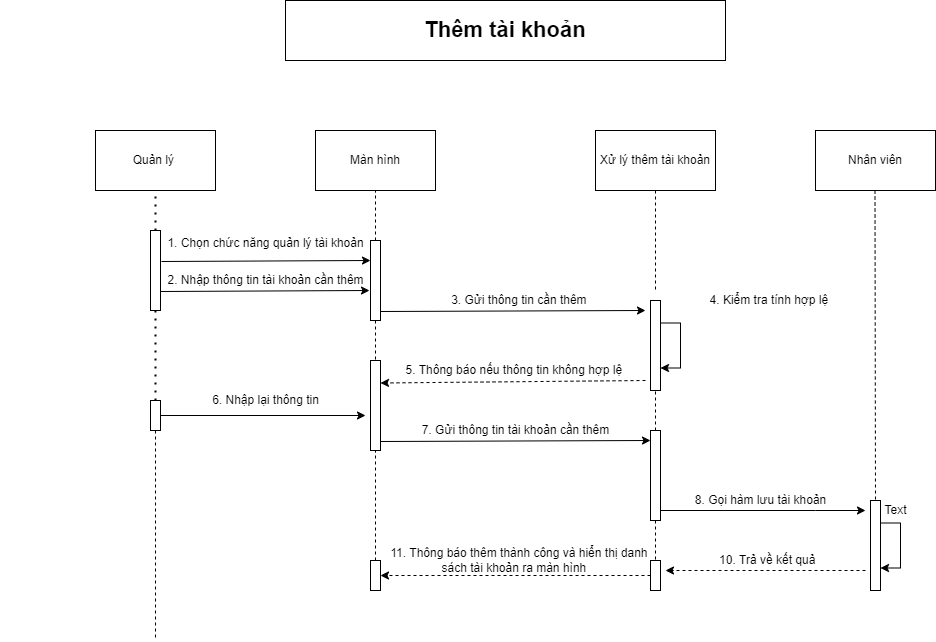
This is Word/Sequence_Acc_Bill/PNG/themAcc.drawio.png from hungtadasuke/CoffeShop_SoftwareTechnology, a draw.io export, as it was before one commit. Source tidied: cells renumbered, new cells last; positions are measured from the earlier drawing's top-left corner, leaving out a move shared by most shapes. Its diagram source:
```xml
<mxGraphModel>
  <root>
    <mxCell id="0" />
    <mxCell id="1" parent="0" />
    <mxCell id="2" value="&lt;b&gt;&lt;font style=&quot;font-size: 22px&quot;&gt;Thêm tài khoản&lt;/font&gt;&lt;/b&gt;" style="rounded=0;whiteSpace=wrap;html=1;" parent="1" vertex="1">
      <mxGeometry x="285" width="440" height="60" as="geometry" />
    </mxCell>
    <mxCell id="3" value="Quản lý&amp;nbsp;" style="rounded=0;whiteSpace=wrap;html=1;" parent="1" vertex="1">
      <mxGeometry x="95" y="130" width="120" height="60" as="geometry" />
    </mxCell>
    <mxCell id="4" value="Màn hình" style="rounded=0;whiteSpace=wrap;html=1;" parent="1" vertex="1">
      <mxGeometry x="315" y="130" width="120" height="60" as="geometry" />
    </mxCell>
    <mxCell id="5" value="Xử lý thêm tài khoản" style="rounded=0;whiteSpace=wrap;html=1;" parent="1" vertex="1">
      <mxGeometry x="595" y="130" width="120" height="60" as="geometry" />
    </mxCell>
    <mxCell id="6" value="Nhân viên" style="rounded=0;whiteSpace=wrap;html=1;" parent="1" vertex="1">
      <mxGeometry x="815" y="130" width="120" height="60" as="geometry" />
    </mxCell>
    <mxCell id="7" style="rounded=0;whiteSpace=wrap;html=1;" parent="1" vertex="1">
      <mxGeometry x="150" y="230" width="10" height="80" as="geometry" />
    </mxCell>
    <mxCell id="8" style="edgeStyle=orthogonalEdgeStyle;rounded=0;jettySize=auto;html=1;entryX=1;entryY=0.5;entryDx=0;entryDy=0;dashed=1;" parent="1" edge="1" source="9" target="16">
      <mxGeometry relative="1" as="geometry" />
    </mxCell>
    <mxCell id="9" style="rounded=0;whiteSpace=wrap;html=1;" parent="1" vertex="1">
      <mxGeometry x="650" y="560" width="10" height="30" as="geometry" />
    </mxCell>
    <mxCell id="10" style="rounded=0;whiteSpace=wrap;html=1;" parent="1" vertex="1">
      <mxGeometry x="370" y="360" width="10" height="90" as="geometry" />
    </mxCell>
    <mxCell id="11" style="rounded=0;whiteSpace=wrap;html=1;" parent="1" vertex="1">
      <mxGeometry x="370" y="240" width="10" height="80" as="geometry" />
    </mxCell>
    <mxCell id="12" style="edgeStyle=orthogonalEdgeStyle;rounded=0;jettySize=auto;html=1;exitX=1;exitY=1;exitDx=0;exitDy=0;" parent="1" edge="1" source="13">
      <mxGeometry relative="1" as="geometry">
        <mxPoint x="865" y="510" as="targetPoint" />
        <Array as="points">
          <mxPoint x="815" y="510" />
          <mxPoint x="815" y="510" />
        </Array>
      </mxGeometry>
    </mxCell>
    <mxCell id="13" style="rounded=0;whiteSpace=wrap;html=1;" parent="1" vertex="1">
      <mxGeometry x="650" y="430" width="10" height="90" as="geometry" />
    </mxCell>
    <mxCell id="14" style="rounded=0;whiteSpace=wrap;html=1;" parent="1" vertex="1">
      <mxGeometry x="650" y="300" width="10" height="90" as="geometry" />
    </mxCell>
    <mxCell id="15" style="rounded=0;whiteSpace=wrap;html=1;" parent="1" vertex="1">
      <mxGeometry x="870" y="500" width="10" height="90" as="geometry" />
    </mxCell>
    <mxCell id="16" style="rounded=0;whiteSpace=wrap;html=1;" parent="1" vertex="1">
      <mxGeometry x="370" y="560" width="10" height="30" as="geometry" />
    </mxCell>
    <mxCell id="17" style="rounded=0;whiteSpace=wrap;html=1;" parent="1" vertex="1">
      <mxGeometry x="150" y="400" width="10" height="30" as="geometry" />
    </mxCell>
    <mxCell id="18" style="endArrow=none;dashed=1;html=1;dashPattern=1 3;strokeWidth=2;rounded=0;entryX=0.5;entryY=1;entryDx=0;entryDy=0;exitX=0.5;exitY=0;exitDx=0;exitDy=0;" parent="1" edge="1" source="7" target="3">
      <mxGeometry relative="1" as="geometry" />
    </mxCell>
    <mxCell id="19" style="endArrow=none;dashed=1;html=1;dashPattern=1 3;strokeWidth=2;rounded=0;entryX=0.5;entryY=0;entryDx=0;entryDy=0;exitX=0.5;exitY=1;exitDx=0;exitDy=0;" parent="1" edge="1" source="7" target="17">
      <mxGeometry relative="1" as="geometry" />
    </mxCell>
    <mxCell id="20" style="endArrow=none;dashed=1;html=1;rounded=0;exitX=0.5;exitY=1;exitDx=0;exitDy=0;" parent="1" edge="1" source="17">
      <mxGeometry relative="1" as="geometry">
        <mxPoint x="155" y="640" as="targetPoint" />
      </mxGeometry>
    </mxCell>
    <mxCell id="21" style="endArrow=none;dashed=1;html=1;rounded=0;entryX=0.5;entryY=1;entryDx=0;entryDy=0;exitX=0.5;exitY=0;exitDx=0;exitDy=0;" parent="1" edge="1" source="11" target="4">
      <mxGeometry relative="1" as="geometry" />
    </mxCell>
    <mxCell id="22" style="endArrow=none;dashed=1;html=1;rounded=0;exitX=0.5;exitY=1;exitDx=0;exitDy=0;" parent="1" edge="1" source="5">
      <mxGeometry relative="1" as="geometry">
        <mxPoint x="655" y="290" as="targetPoint" />
      </mxGeometry>
    </mxCell>
    <mxCell id="23" style="endArrow=none;dashed=1;html=1;rounded=0;" parent="1" edge="1">
      <mxGeometry relative="1" as="geometry">
        <mxPoint x="375" y="560" as="sourcePoint" />
        <mxPoint x="375" y="450" as="targetPoint" />
      </mxGeometry>
    </mxCell>
    <mxCell id="24" style="endArrow=none;dashed=1;html=1;rounded=0;entryX=0.5;entryY=0;entryDx=0;entryDy=0;exitX=0.5;exitY=1;exitDx=0;exitDy=0;" parent="1" edge="1" source="11" target="10">
      <mxGeometry relative="1" as="geometry" />
    </mxCell>
    <mxCell id="25" style="endArrow=none;dashed=1;html=1;rounded=0;entryX=0.5;entryY=1;entryDx=0;entryDy=0;exitX=0.5;exitY=0;exitDx=0;exitDy=0;" parent="1" edge="1" source="13" target="14">
      <mxGeometry relative="1" as="geometry" />
    </mxCell>
    <mxCell id="26" style="endArrow=none;dashed=1;html=1;rounded=0;" parent="1" edge="1">
      <mxGeometry relative="1" as="geometry">
        <mxPoint x="655" y="520" as="sourcePoint" />
        <mxPoint x="655" y="560" as="targetPoint" />
      </mxGeometry>
    </mxCell>
    <mxCell id="27" style="endArrow=none;dashed=1;html=1;rounded=0;exitX=0.5;exitY=1;exitDx=0;exitDy=0;" parent="1" edge="1">
      <mxGeometry relative="1" as="geometry">
        <mxPoint x="874.5" y="190" as="sourcePoint" />
        <mxPoint x="875" y="500" as="targetPoint" />
      </mxGeometry>
    </mxCell>
    <mxCell id="28" style="edgeStyle=orthogonalEdgeStyle;rounded=0;orthogonalLoop=1;jettySize=auto;html=1;exitX=1;exitY=0.25;exitDx=0;exitDy=0;entryX=1;entryY=0.75;entryDx=0;entryDy=0;" parent="1" edge="1" source="14" target="14">
      <mxGeometry relative="1" as="geometry" />
    </mxCell>
    <mxCell id="29" style="edgeStyle=orthogonalEdgeStyle;rounded=0;orthogonalLoop=1;jettySize=auto;html=1;exitX=1;exitY=0.25;exitDx=0;exitDy=0;entryX=1;entryY=0.75;entryDx=0;entryDy=0;" parent="1" edge="1" source="15" target="15">
      <mxGeometry relative="1" as="geometry" />
    </mxCell>
    <mxCell id="30" style="endArrow=classic;html=1;rounded=0;exitX=1;exitY=0.5;exitDx=0;exitDy=0;" parent="1" edge="1" source="17">
      <mxGeometry relative="1" as="geometry">
        <mxPoint x="365" y="415" as="targetPoint" />
      </mxGeometry>
    </mxCell>
    <mxCell id="31" style="endArrow=classic;html=1;rounded=0;exitX=1;exitY=0.5;exitDx=0;exitDy=0;entryX=-0.1;entryY=0.675;entryDx=0;entryDy=0;entryPerimeter=0;" parent="1" edge="1">
      <mxGeometry relative="1" as="geometry">
        <mxPoint x="161" y="261" as="sourcePoint" />
        <mxPoint x="370" y="260" as="targetPoint" />
      </mxGeometry>
    </mxCell>
    <mxCell id="32" style="endArrow=classic;html=1;rounded=0;exitX=1;exitY=0.5;exitDx=0;exitDy=0;entryX=-0.1;entryY=0.675;entryDx=0;entryDy=0;entryPerimeter=0;" parent="1" edge="1">
      <mxGeometry relative="1" as="geometry">
        <mxPoint x="160" y="291" as="sourcePoint" />
        <mxPoint x="369" y="290" as="targetPoint" />
      </mxGeometry>
    </mxCell>
    <mxCell id="33" style="endArrow=classic;html=1;rounded=0;exitX=1;exitY=0.5;exitDx=0;exitDy=0;" parent="1" edge="1">
      <mxGeometry relative="1" as="geometry">
        <mxPoint x="380" y="311" as="sourcePoint" />
        <mxPoint x="645" y="310" as="targetPoint" />
      </mxGeometry>
    </mxCell>
    <mxCell id="34" style="endArrow=classic;html=1;rounded=0;exitX=1;exitY=0.5;exitDx=0;exitDy=0;entryX=0;entryY=0;entryDx=0;entryDy=0;" parent="1" edge="1">
      <mxGeometry relative="1" as="geometry">
        <mxPoint x="380" y="441" as="sourcePoint" />
        <mxPoint x="650" y="440" as="targetPoint" />
      </mxGeometry>
    </mxCell>
    <mxCell id="35" style="endArrow=classic;html=1;rounded=0;entryX=1;entryY=0.25;entryDx=0;entryDy=0;dashed=1;" parent="1" edge="1" target="10">
      <mxGeometry relative="1" as="geometry">
        <mxPoint x="645" y="380" as="sourcePoint" />
      </mxGeometry>
    </mxCell>
    <mxCell id="36" style="endArrow=classic;html=1;rounded=0;dashed=1;" parent="1" edge="1">
      <mxGeometry relative="1" as="geometry">
        <mxPoint x="865" y="570" as="sourcePoint" />
        <mxPoint x="665" y="570" as="targetPoint" />
      </mxGeometry>
    </mxCell>
    <mxCell id="37" value="&lt;font style=&quot;font-size: 12px&quot;&gt;&amp;nbsp; &amp;nbsp; &amp;nbsp; &amp;nbsp; &amp;nbsp; &amp;nbsp; &amp;nbsp; &amp;nbsp; &amp;nbsp; &amp;nbsp; &amp;nbsp; &amp;nbsp; &amp;nbsp; &amp;nbsp; &amp;nbsp; &amp;nbsp; &amp;nbsp; &amp;nbsp; &amp;nbsp; &amp;nbsp; &amp;nbsp; 1. Chọn chức năng quản lý tài khoản&lt;/font&gt;" style="text;html=1;align=center;verticalAlign=middle;strokeColor=none;fillColor=none;fontSize=22;" parent="1" vertex="1">
      <mxGeometry x="20" y="220" width="350" height="40" as="geometry" />
    </mxCell>
    <mxCell id="38" value="&amp;nbsp; &amp;nbsp; &amp;nbsp; &amp;nbsp; &amp;nbsp; &amp;nbsp; &amp;nbsp; &amp;nbsp; &amp;nbsp; &amp;nbsp; &amp;nbsp; &amp;nbsp; &amp;nbsp; &amp;nbsp; &amp;nbsp; &amp;nbsp; &amp;nbsp; &amp;nbsp; &amp;nbsp; &amp;nbsp; &amp;nbsp; &amp;nbsp; &amp;nbsp; &amp;nbsp; 2. Nhập thông tin tài khoản cần thêm" style="text;html=1;align=center;verticalAlign=middle;strokeColor=none;fillColor=none;fontSize=12;" parent="1" vertex="1">
      <mxGeometry y="270" width="370" height="20" as="geometry" />
    </mxCell>
    <mxCell id="39" value="&amp;nbsp; &amp;nbsp; &amp;nbsp; &amp;nbsp; &amp;nbsp; &amp;nbsp; &amp;nbsp; &amp;nbsp; &amp;nbsp; &amp;nbsp; &amp;nbsp; &amp;nbsp; &amp;nbsp; &amp;nbsp; &amp;nbsp; &amp;nbsp; &amp;nbsp; &amp;nbsp; &amp;nbsp; &amp;nbsp; &amp;nbsp; &amp;nbsp; &amp;nbsp; &amp;nbsp; &amp;nbsp; &amp;nbsp; &amp;nbsp; 6. Nhập lại thông tin" style="text;html=1;align=center;verticalAlign=middle;strokeColor=none;fillColor=none;fontSize=12;" parent="1" vertex="1">
      <mxGeometry x="25" y="390" width="300" height="20" as="geometry" />
    </mxCell>
    <mxCell id="40" value="&amp;nbsp; &amp;nbsp; &amp;nbsp; &amp;nbsp; &amp;nbsp; &amp;nbsp; &amp;nbsp; &amp;nbsp; &amp;nbsp; &amp;nbsp; &amp;nbsp; &amp;nbsp; &amp;nbsp; &amp;nbsp; &amp;nbsp; &amp;nbsp; &amp;nbsp; &amp;nbsp; &amp;nbsp; &amp;nbsp; &amp;nbsp; &amp;nbsp; &amp;nbsp; &amp;nbsp; &amp;nbsp; &amp;nbsp; &amp;nbsp; &amp;nbsp; &amp;nbsp; &amp;nbsp; &amp;nbsp; &amp;nbsp; &amp;nbsp; &amp;nbsp; &amp;nbsp; &amp;nbsp; &amp;nbsp; 3. Gửi thông tin cần thêm" style="text;html=1;align=center;verticalAlign=middle;strokeColor=none;fillColor=none;fontSize=12;" parent="1" vertex="1">
      <mxGeometry x="195" y="290" width="400" height="20" as="geometry" />
    </mxCell>
    <mxCell id="41" value="&amp;nbsp; &amp;nbsp; &amp;nbsp; &amp;nbsp; &amp;nbsp; &amp;nbsp; &amp;nbsp; &amp;nbsp; &amp;nbsp; &amp;nbsp; &amp;nbsp; &amp;nbsp; &amp;nbsp; &amp;nbsp; &amp;nbsp; &amp;nbsp; &amp;nbsp; &amp;nbsp; &amp;nbsp; &amp;nbsp; &amp;nbsp; &amp;nbsp; &amp;nbsp; &amp;nbsp; &amp;nbsp; &amp;nbsp; &amp;nbsp; &amp;nbsp; &amp;nbsp; &amp;nbsp; &amp;nbsp; &amp;nbsp; &amp;nbsp;5.&amp;nbsp;Thông báo nếu thông tin không hợp lệ" style="text;html=1;align=center;verticalAlign=middle;strokeColor=none;fillColor=none;fontSize=12;" parent="1" vertex="1">
      <mxGeometry x="180" y="360" width="450" height="20" as="geometry" />
    </mxCell>
    <mxCell id="42" value="&amp;nbsp; &amp;nbsp; &amp;nbsp; &amp;nbsp; &amp;nbsp; &amp;nbsp; &amp;nbsp; &amp;nbsp; &amp;nbsp; &amp;nbsp; &amp;nbsp; &amp;nbsp; &amp;nbsp; &amp;nbsp; &amp;nbsp; &amp;nbsp; &amp;nbsp; &amp;nbsp; &amp;nbsp; &amp;nbsp; &amp;nbsp; &amp;nbsp; &amp;nbsp; &amp;nbsp; &amp;nbsp; &amp;nbsp; &amp;nbsp; &amp;nbsp; &amp;nbsp; &amp;nbsp; &amp;nbsp; &amp;nbsp; &amp;nbsp; 7. Gửi thông tin tài khoản cần thêm" style="text;html=1;align=center;verticalAlign=middle;strokeColor=none;fillColor=none;fontSize=12;" parent="1" vertex="1">
      <mxGeometry x="195" y="420" width="420" height="20" as="geometry" />
    </mxCell>
    <mxCell id="43" value="&amp;nbsp; &amp;nbsp; &amp;nbsp; &amp;nbsp; &amp;nbsp; &amp;nbsp; &amp;nbsp; &amp;nbsp; &amp;nbsp; &amp;nbsp; &amp;nbsp; &amp;nbsp; &amp;nbsp; &amp;nbsp; &amp;nbsp; &amp;nbsp; &amp;nbsp; &amp;nbsp; &amp;nbsp; &amp;nbsp; &amp;nbsp; &amp;nbsp; &amp;nbsp; &amp;nbsp; &amp;nbsp; &amp;nbsp; &amp;nbsp; &amp;nbsp; &amp;nbsp; &amp;nbsp; &amp;nbsp; &amp;nbsp; &amp;nbsp; &amp;nbsp; &amp;nbsp; &amp;nbsp; &amp;nbsp; 11. Thông báo thêm thành công và hiển thị danh&lt;br&gt;&amp;nbsp; &amp;nbsp; &amp;nbsp; &amp;nbsp; &amp;nbsp; &amp;nbsp; &amp;nbsp; &amp;nbsp; &amp;nbsp; &amp;nbsp; &amp;nbsp; &amp;nbsp; &amp;nbsp; &amp;nbsp; &amp;nbsp; &amp;nbsp; &amp;nbsp; &amp;nbsp; &amp;nbsp; &amp;nbsp; &amp;nbsp; &amp;nbsp; &amp;nbsp; &amp;nbsp; &amp;nbsp; &amp;nbsp; &amp;nbsp; &amp;nbsp; &amp;nbsp; &amp;nbsp; &amp;nbsp; &amp;nbsp; &amp;nbsp; &amp;nbsp; &amp;nbsp; &amp;nbsp;sách tài khoản ra màn hình" style="text;html=1;align=center;verticalAlign=middle;strokeColor=none;fillColor=none;fontSize=12;" parent="1" vertex="1">
      <mxGeometry x="135" y="545" width="520" height="30" as="geometry" />
    </mxCell>
    <mxCell id="44" value="&amp;nbsp; &amp;nbsp; &amp;nbsp; &amp;nbsp; &amp;nbsp; &amp;nbsp; &amp;nbsp; &amp;nbsp; &amp;nbsp; &amp;nbsp; &amp;nbsp; &amp;nbsp; &amp;nbsp; &amp;nbsp; &amp;nbsp; &amp;nbsp; &amp;nbsp; &amp;nbsp; &amp;nbsp; &amp;nbsp; &amp;nbsp; &amp;nbsp; 4. Kiểm tra tính hợp lệ" style="text;html=1;align=center;verticalAlign=middle;strokeColor=none;fillColor=none;fontSize=12;" parent="1" vertex="1">
      <mxGeometry x="555" y="290" width="280" height="20" as="geometry" />
    </mxCell>
    <mxCell id="45" value="&amp;nbsp; &amp;nbsp; &amp;nbsp; &amp;nbsp; &amp;nbsp; &amp;nbsp; &amp;nbsp; &amp;nbsp; &amp;nbsp; &amp;nbsp; &amp;nbsp; &amp;nbsp; &amp;nbsp; &amp;nbsp; &amp;nbsp; &amp;nbsp; &amp;nbsp; &amp;nbsp; &amp;nbsp; &amp;nbsp; &amp;nbsp; &amp;nbsp; &amp;nbsp;8. Gọi hàm lưu tài khoản" style="text;html=1;align=center;verticalAlign=middle;strokeColor=none;fillColor=none;fontSize=12;" parent="1" vertex="1">
      <mxGeometry x="535" y="490" width="300" height="20" as="geometry" />
    </mxCell>
    <mxCell id="46" value="&amp;nbsp; &amp;nbsp; &amp;nbsp; &amp;nbsp; &amp;nbsp; &amp;nbsp; &amp;nbsp; &amp;nbsp; &amp;nbsp; &amp;nbsp; &amp;nbsp; &amp;nbsp; &amp;nbsp; &amp;nbsp; &amp;nbsp; &amp;nbsp; &amp;nbsp; &amp;nbsp; &amp;nbsp; &amp;nbsp; &amp;nbsp; &amp;nbsp; &amp;nbsp; &amp;nbsp; &amp;nbsp;10. Trả về kết quả" style="text;html=1;align=center;verticalAlign=middle;strokeColor=none;fillColor=none;fontSize=12;" parent="1" vertex="1">
      <mxGeometry x="550" y="550" width="270" height="20" as="geometry" />
    </mxCell>
    <mxCell id="47" value="Text" style="text;html=1;align=center;verticalAlign=middle;strokeColor=none;fillColor=none;fontSize=12;" parent="1" vertex="1">
      <mxGeometry x="875" y="500" width="40" height="20" as="geometry" />
    </mxCell>
  </root>
</mxGraphModel>
```
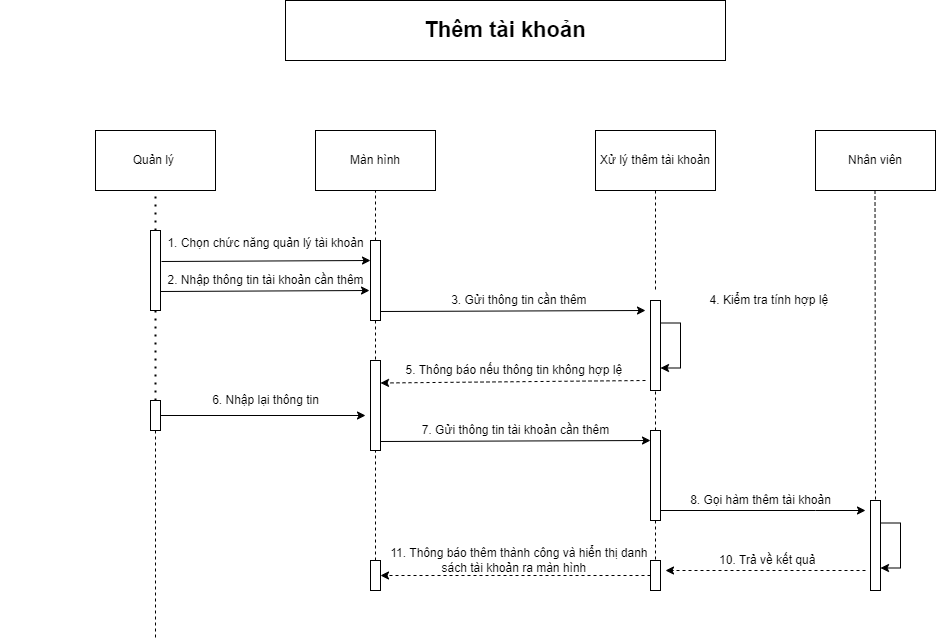
Above is the later version.

Diff of the diagram source:
```diff
@@ -169,14 +169,11 @@
     <mxCell id="44" value="&amp;nbsp; &amp;nbsp; &amp;nbsp; &amp;nbsp; &amp;nbsp; &amp;nbsp; &amp;nbsp; &amp;nbsp; &amp;nbsp; &amp;nbsp; &amp;nbsp; &amp;nbsp; &amp;nbsp; &amp;nbsp; &amp;nbsp; &amp;nbsp; &amp;nbsp; &amp;nbsp; &amp;nbsp; &amp;nbsp; &amp;nbsp; &amp;nbsp; 4. Kiểm tra tính hợp lệ" style="text;html=1;align=center;verticalAlign=middle;strokeColor=none;fillColor=none;fontSize=12;" parent="1" vertex="1">
       <mxGeometry x="555" y="290" width="280" height="20" as="geometry" />
     </mxCell>
-    <mxCell id="45" value="&amp;nbsp; &amp;nbsp; &amp;nbsp; &amp;nbsp; &amp;nbsp; &amp;nbsp; &amp;nbsp; &amp;nbsp; &amp;nbsp; &amp;nbsp; &amp;nbsp; &amp;nbsp; &amp;nbsp; &amp;nbsp; &amp;nbsp; &amp;nbsp; &amp;nbsp; &amp;nbsp; &amp;nbsp; &amp;nbsp; &amp;nbsp; &amp;nbsp; &amp;nbsp;8. Gọi hàm lưu tài khoản" style="text;html=1;align=center;verticalAlign=middle;strokeColor=none;fillColor=none;fontSize=12;" parent="1" vertex="1">
-      <mxGeometry x="535" y="490" width="300" height="20" as="geometry" />
+    <mxCell id="45" value="&amp;nbsp; &amp;nbsp; &amp;nbsp; &amp;nbsp; &amp;nbsp; &amp;nbsp; &amp;nbsp; &amp;nbsp; &amp;nbsp; &amp;nbsp; &amp;nbsp; &amp;nbsp; &amp;nbsp; &amp;nbsp; &amp;nbsp; &amp;nbsp; &amp;nbsp; &amp;nbsp; &amp;nbsp; &amp;nbsp; &amp;nbsp; &amp;nbsp; &amp;nbsp;8. Gọi hàm thêm tài khoản" style="text;html=1;align=center;verticalAlign=middle;strokeColor=none;fillColor=none;fontSize=12;" parent="1" vertex="1">
+      <mxGeometry x="530" y="490" width="310" height="20" as="geometry" />
     </mxCell>
     <mxCell id="46" value="&amp;nbsp; &amp;nbsp; &amp;nbsp; &amp;nbsp; &amp;nbsp; &amp;nbsp; &amp;nbsp; &amp;nbsp; &amp;nbsp; &amp;nbsp; &amp;nbsp; &amp;nbsp; &amp;nbsp; &amp;nbsp; &amp;nbsp; &amp;nbsp; &amp;nbsp; &amp;nbsp; &amp;nbsp; &amp;nbsp; &amp;nbsp; &amp;nbsp; &amp;nbsp; &amp;nbsp; &amp;nbsp;10. Trả về kết quả" style="text;html=1;align=center;verticalAlign=middle;strokeColor=none;fillColor=none;fontSize=12;" parent="1" vertex="1">
       <mxGeometry x="550" y="550" width="270" height="20" as="geometry" />
     </mxCell>
-    <mxCell id="47" value="Text" style="text;html=1;align=center;verticalAlign=middle;strokeColor=none;fillColor=none;fontSize=12;" parent="1" vertex="1">
-      <mxGeometry x="875" y="500" width="40" height="20" as="geometry" />
-    </mxCell>
   </root>
 </mxGraphModel>
```
